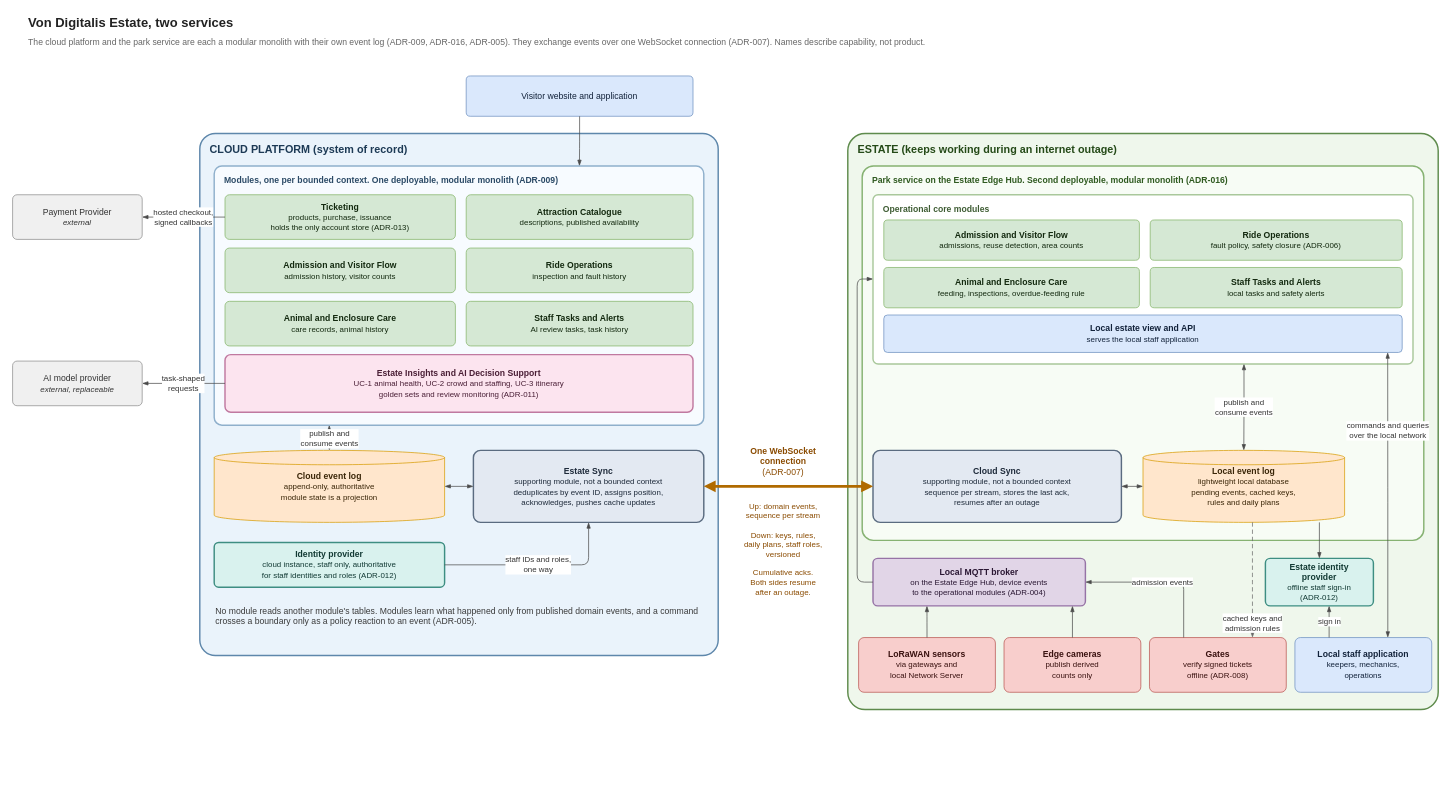
Earlier version of the draw.io diagram diagrams/architecture-cloud-estate.drawio (malloc37/ByteDojoArchiKata2026). Source tidied: cells renumbered, new cells numbered last; positions are measured from the earlier drawing's top-left corner, leaving out a move shared by most shapes. Both pictures are drawn from the tidied source at 72%, with x=0, y=0 at pixel (12, 12).
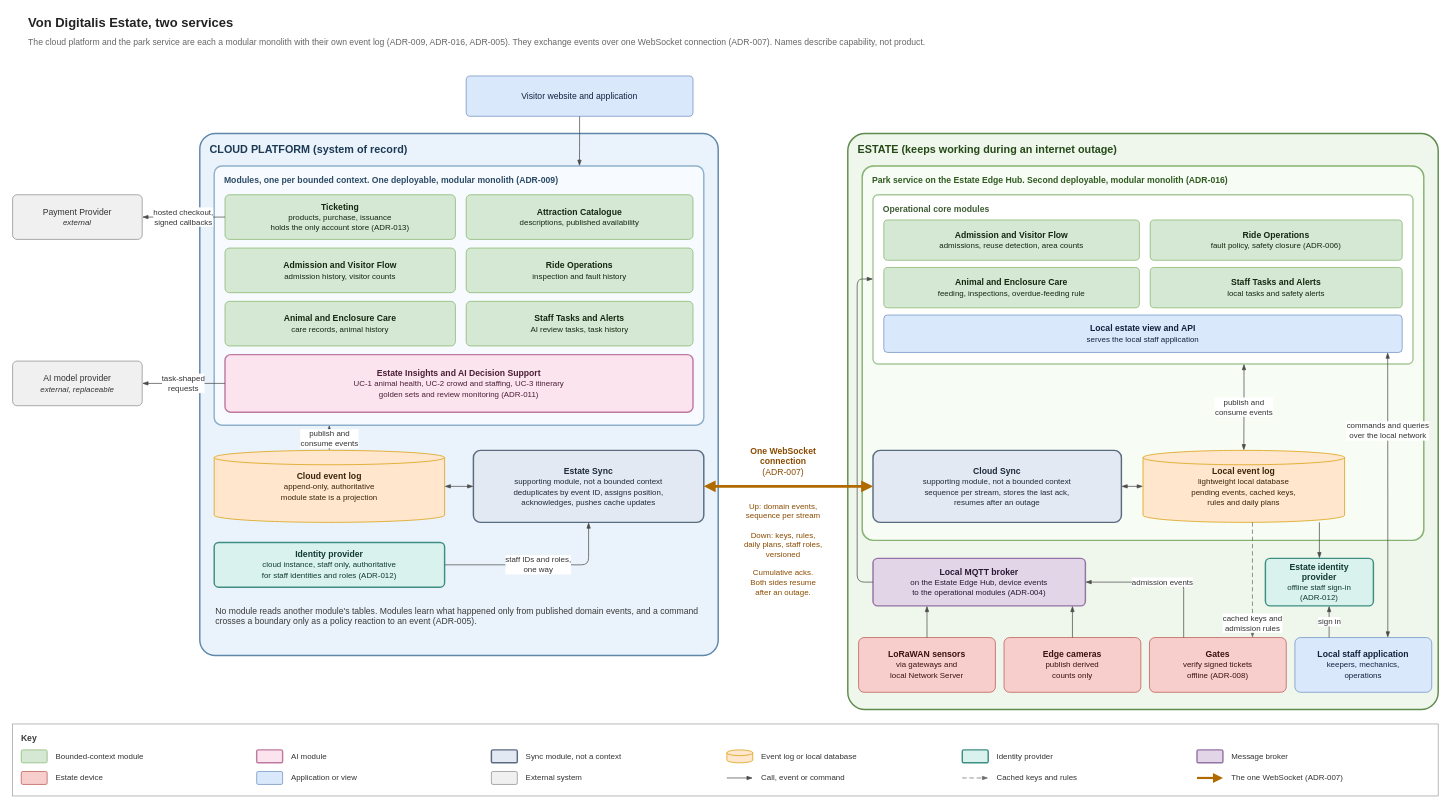
After the change.

Diff of the diagram source:
```diff
@@
+    <mxCell id="55" value="Key" style="rounded=0;whiteSpace=wrap;html=1;fillColor=#FFFFFF;strokeColor=#9E9E9E;fontColor=#3A3A3A;align=left;verticalAlign=top;fontSize=12;fontStyle=1;spacingLeft=10;spacingTop=6;" parent="1" vertex="1">
+      <mxGeometry y="988" width="1980" height="100" as="geometry" />
+    </mxCell>
+    <mxCell id="56" style="rounded=1;whiteSpace=wrap;html=1;arcSize=12;fillColor=#D5E8D4;strokeColor=#82B366;" parent="1" vertex="1">
+      <mxGeometry x="12" y="1024" width="36" height="18" as="geometry" />
+    </mxCell>
+    <mxCell id="57" value="Bounded-context module" style="text;html=1;align=left;verticalAlign=middle;fontSize=11;fontColor=#333333;whiteSpace=wrap;" parent="1" vertex="1">
+      <mxGeometry x="58" y="1020" width="273" height="26" as="geometry" />
+    </mxCell>
+    <mxCell id="58" style="rounded=1;whiteSpace=wrap;html=1;arcSize=12;fillColor=#FCE4EF;strokeColor=#C079A0;strokeWidth=2;" parent="1" vertex="1">
+      <mxGeometry x="339" y="1024" width="36" height="18" as="geometry" />
+    </mxCell>
+    <mxCell id="59" value="AI module" style="text;html=1;align=left;verticalAlign=middle;fontSize=11;fontColor=#333333;whiteSpace=wrap;" parent="1" vertex="1">
+      <mxGeometry x="385" y="1020" width="273" height="26" as="geometry" />
+    </mxCell>
+    <mxCell id="60" style="rounded=1;whiteSpace=wrap;html=1;arcSize=12;fillColor=#E3E9F2;strokeColor=#5A6B80;strokeWidth=2;" parent="1" vertex="1">
+      <mxGeometry x="665" y="1024" width="36" height="18" as="geometry" />
+    </mxCell>
+    <mxCell id="61" value="Sync module, not a context" style="text;html=1;align=left;verticalAlign=middle;fontSize=11;fontColor=#333333;whiteSpace=wrap;" parent="1" vertex="1">
+      <mxGeometry x="711" y="1020" width="273" height="26" as="geometry" />
+    </mxCell>
+    <mxCell id="62" style="shape=cylinder3;boundedShape=1;whiteSpace=wrap;html=1;fillColor=#FFE6CC;strokeColor=#D79B00;size=4;" parent="1" vertex="1">
+      <mxGeometry x="992" y="1024" width="36" height="18" as="geometry" />
+    </mxCell>
+    <mxCell id="63" value="Event log or local database" style="text;html=1;align=left;verticalAlign=middle;fontSize=11;fontColor=#333333;whiteSpace=wrap;" parent="1" vertex="1">
+      <mxGeometry x="1038" y="1020" width="273" height="26" as="geometry" />
+    </mxCell>
+    <mxCell id="64" style="rounded=1;whiteSpace=wrap;html=1;arcSize=12;fillColor=#D9F2EE;strokeColor=#3E8E82;strokeWidth=2;" parent="1" vertex="1">
+      <mxGeometry x="1319" y="1024" width="36" height="18" as="geometry" />
+    </mxCell>
+    <mxCell id="65" value="Identity provider" style="text;html=1;align=left;verticalAlign=middle;fontSize=11;fontColor=#333333;whiteSpace=wrap;" parent="1" vertex="1">
+      <mxGeometry x="1365" y="1020" width="273" height="26" as="geometry" />
+    </mxCell>
+    <mxCell id="66" style="rounded=1;whiteSpace=wrap;html=1;arcSize=12;fillColor=#E1D5E7;strokeColor=#9673A6;strokeWidth=2;" parent="1" vertex="1">
+      <mxGeometry x="1645" y="1024" width="36" height="18" as="geometry" />
+    </mxCell>
+    <mxCell id="67" value="Message broker" style="text;html=1;align=left;verticalAlign=middle;fontSize=11;fontColor=#333333;whiteSpace=wrap;" parent="1" vertex="1">
+      <mxGeometry x="1691" y="1020" width="273" height="26" as="geometry" />
+    </mxCell>
+    <mxCell id="68" style="rounded=1;whiteSpace=wrap;html=1;arcSize=12;fillColor=#F8CECC;strokeColor=#B85450;" parent="1" vertex="1">
+      <mxGeometry x="12" y="1054" width="36" height="18" as="geometry" />
+    </mxCell>
+    <mxCell id="69" value="Estate device" style="text;html=1;align=left;verticalAlign=middle;fontSize=11;fontColor=#333333;whiteSpace=wrap;" parent="1" vertex="1">
+      <mxGeometry x="58" y="1050" width="273" height="26" as="geometry" />
+    </mxCell>
+    <mxCell id="70" style="rounded=1;whiteSpace=wrap;html=1;arcSize=12;fillColor=#DAE8FC;strokeColor=#6C8EBF;" parent="1" vertex="1">
+      <mxGeometry x="339" y="1054" width="36" height="18" as="geometry" />
+    </mxCell>
+    <mxCell id="71" value="Application or view" style="text;html=1;align=left;verticalAlign=middle;fontSize=11;fontColor=#333333;whiteSpace=wrap;" parent="1" vertex="1">
+      <mxGeometry x="385" y="1050" width="273" height="26" as="geometry" />
+    </mxCell>
+    <mxCell id="72" style="rounded=1;whiteSpace=wrap;html=1;arcSize=12;fillColor=#F0F0F0;strokeColor=#8C8C8C;" parent="1" vertex="1">
+      <mxGeometry x="665" y="1054" width="36" height="18" as="geometry" />
+    </mxCell>
+    <mxCell id="73" value="External system" style="text;html=1;align=left;verticalAlign=middle;fontSize=11;fontColor=#333333;whiteSpace=wrap;" parent="1" vertex="1">
+      <mxGeometry x="711" y="1050" width="273" height="26" as="geometry" />
+    </mxCell>
+    <mxCell id="74" style="html=1;endArrow=blockThin;endFill=1;strokeColor=#4A4A4A;" parent="1" edge="1">
+      <mxGeometry relative="1" as="geometry">
+        <mxPoint x="992" y="1063" as="sourcePoint" />
+        <mxPoint x="1028" y="1063" as="targetPoint" />
+      </mxGeometry>
+    </mxCell>
+    <mxCell id="75" value="Call, event or command" style="text;html=1;align=left;verticalAlign=middle;fontSize=11;fontColor=#333333;whiteSpace=wrap;" parent="1" vertex="1">
+      <mxGeometry x="1038" y="1050" width="273" height="26" as="geometry" />
+    </mxCell>
+    <mxCell id="76" style="html=1;endArrow=blockThin;endFill=1;strokeColor=#6A6A6A;dashed=1;dashPattern=6 4;" parent="1" edge="1">
+      <mxGeometry relative="1" as="geometry">
+        <mxPoint x="1319" y="1063" as="sourcePoint" />
+        <mxPoint x="1355" y="1063" as="targetPoint" />
+      </mxGeometry>
+    </mxCell>
+    <mxCell id="77" value="Cached keys and rules" style="text;html=1;align=left;verticalAlign=middle;fontSize=11;fontColor=#333333;whiteSpace=wrap;" parent="1" vertex="1">
+      <mxGeometry x="1365" y="1050" width="273" height="26" as="geometry" />
+    </mxCell>
+    <mxCell id="78" style="html=1;endArrow=block;endFill=1;strokeColor=#B06A00;strokeWidth=3;" parent="1" edge="1">
+      <mxGeometry relative="1" as="geometry">
+        <mxPoint x="1645" y="1063" as="sourcePoint" />
+        <mxPoint x="1681" y="1063" as="targetPoint" />
+      </mxGeometry>
+    </mxCell>
+    <mxCell id="79" value="The one WebSocket (ADR-007)" style="text;html=1;align=left;verticalAlign=middle;fontSize=11;fontColor=#333333;whiteSpace=wrap;" parent="1" vertex="1">
+      <mxGeometry x="1691" y="1050" width="273" height="26" as="geometry" />
+    </mxCell>
```
